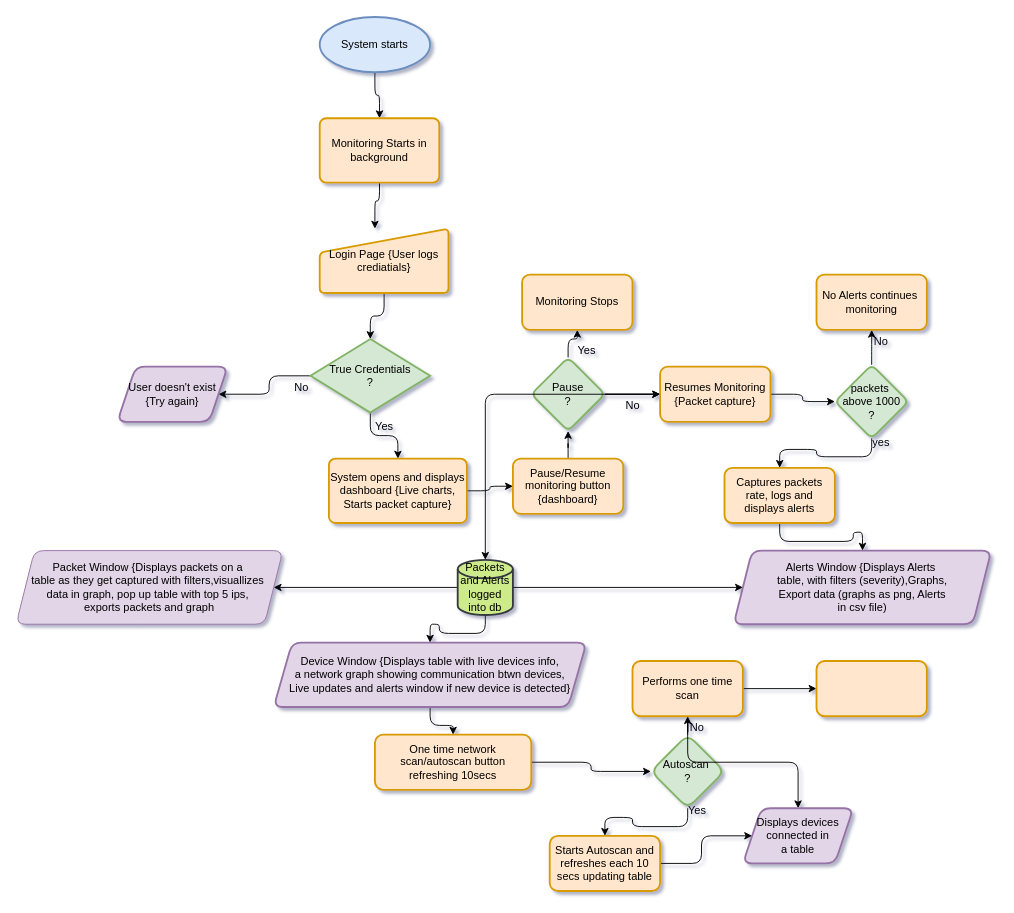
The draw.io diagram docs/Untitled Diagram.drawio in Bigst3pp3r/Simple-Network-Monitoring-System-main, before the edit. Source tidied: cells renumbered, new cells numbered last; positions are measured from the earlier drawing's top-left corner, leaving out a move shared by most shapes. Both pictures are drawn from the tidied source at 92%, with x=0, y=0 at pixel (16, 17).
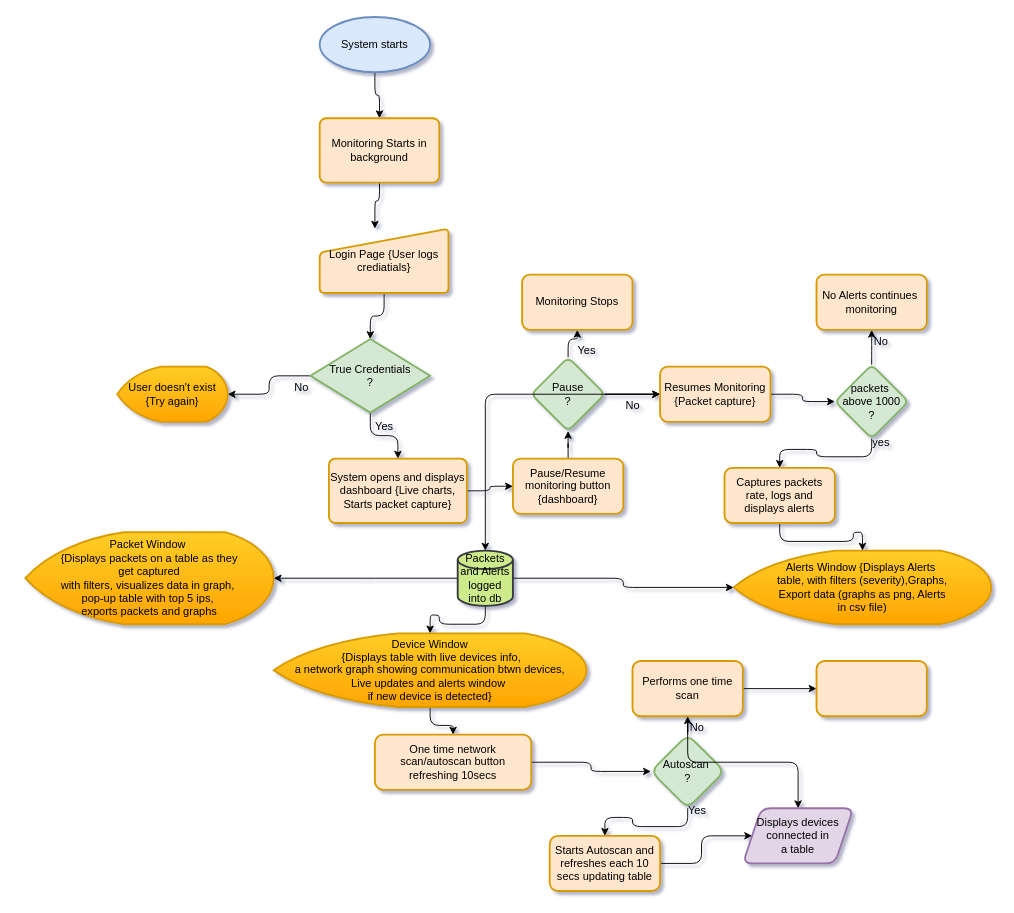
The same page after the edit.

The edit, as a diff of the source:
```diff
@@
-    <mxCell id="16" value="User doesn't exist&lt;div&gt;{Try again}&lt;/div&gt;" style="shape=parallelogram;perimeter=parallelogramPerimeter;whiteSpace=wrap;html=1;fixedSize=1;fillColor=#e1d5e7;strokeColor=#9673a6;strokeWidth=2;rounded=1;" parent="1" vertex="1">
+    <mxCell id="16" value="User doesn't exist&lt;div&gt;{Try again}&lt;/div&gt;" style="shape=mxgraph.flowchart.display;whiteSpace=wrap;html=1;fixedSize=1;fillColor=#ffcd28;strokeColor=#d79b00;strokeWidth=2;rounded=1;gradientColor=#ffa500;" parent="1" vertex="1">
       <mxGeometry x="110" y="380" width="120" height="60" as="geometry" />
     </mxCell>
@@
-    <mxCell id="28" style="edgeStyle=orthogonalEdgeStyle;rounded=1;jettySize=auto;html=1;" parent="1" edge="1" source="31" target="32">
-      <mxGeometry relative="1" as="geometry" />
+    <mxCell id="28" style="edgeStyle=orthogonalEdgeStyle;rounded=1;jettySize=auto;html=1;" parent="1" edge="1" source="31">
+      <mxGeometry relative="1" as="geometry">
+        <mxPoint x="280" y="610" as="targetPoint" />
+      </mxGeometry>
     </mxCell>
@@
     <mxCell id="31" value="Packets and Alerts logged into db" style="strokeWidth=2;html=1;shape=mxgraph.flowchart.database;whiteSpace=wrap;fillColor=#cdeb8b;strokeColor=#36393d;rounded=1;" parent="1" vertex="1">
-      <mxGeometry x="480" y="590" width="60" height="60" as="geometry" />
+      <mxGeometry x="480" y="580" width="60" height="60" as="geometry" />
     </mxCell>
-    <mxCell id="32" value="Packet Window {Displays packets on a&amp;nbsp;&lt;div&gt;table as they get captured with filters,visuallizes&amp;nbsp;&lt;/div&gt;&lt;div&gt;data in graph, pop up table with top 5 ips,&amp;nbsp;&lt;/div&gt;&lt;div&gt;exports packets and graph&lt;/div&gt;" style="shape=parallelogram;perimeter=parallelogramPerimeter;whiteSpace=wrap;html=1;fixedSize=1;fillColor=#e1d5e7;strokeColor=#9673a6;rounded=1;" parent="1" vertex="1">
-      <mxGeometry y="580" width="290" height="80" as="geometry" />
-    </mxCell>
-    <mxCell id="33" value="Alerts Window&amp;nbsp;&lt;span style=&quot;background-color: transparent; color: light-dark(rgb(0, 0, 0), rgb(255, 255, 255));&quot;&gt;{Displays Alerts&amp;nbsp;&lt;/span&gt;&lt;div&gt;table, with filters (severity),Graphs,&lt;/div&gt;&lt;div&gt;Export data (graphs as png, Alerts&lt;/div&gt;&lt;div&gt;in csv file)&lt;/div&gt;" style="shape=parallelogram;perimeter=parallelogramPerimeter;whiteSpace=wrap;html=1;fixedSize=1;fillColor=#e1d5e7;strokeColor=#9673a6;strokeWidth=2;rounded=1;" parent="1" vertex="1">
+    <mxCell id="33" value="Alerts Window&amp;nbsp;&lt;span style=&quot;background-color: transparent; color: light-dark(rgb(0, 0, 0), rgb(255, 255, 255));&quot;&gt;{Displays Alerts&amp;nbsp;&lt;/span&gt;&lt;div&gt;table, with filters (severity),Graphs,&lt;/div&gt;&lt;div&gt;Export data (graphs as png, Alerts&lt;/div&gt;&lt;div&gt;in csv file)&lt;/div&gt;" style="shape=mxgraph.flowchart.display;whiteSpace=wrap;html=1;fixedSize=1;fillColor=#ffcd28;strokeColor=#d79b00;strokeWidth=2;rounded=1;gradientColor=#ffa500;" parent="1" vertex="1">
       <mxGeometry x="780" y="580" width="280" height="80" as="geometry" />
     </mxCell>
@@
-    <mxCell id="41" value="Device Window {Displays table with live devices info,&lt;div&gt;a network graph showing communication btwn devices,&lt;/div&gt;&lt;div&gt;Live updates and alerts window if new device is detected}&lt;/div&gt;" style="shape=parallelogram;perimeter=parallelogramPerimeter;whiteSpace=wrap;html=1;fixedSize=1;fillColor=#e1d5e7;strokeColor=#9673a6;strokeWidth=2;rounded=1;" parent="1" vertex="1">
-      <mxGeometry x="280" y="680" width="340" height="70" as="geometry" />
+    <mxCell id="41" value="Device Window&lt;div&gt;&amp;nbsp;{Displays table with live devices info,&lt;div&gt;a network graph showing communication btwn devices,&lt;/div&gt;&lt;div&gt;Live updates and alerts window&amp;nbsp;&lt;/div&gt;&lt;div&gt;if new device is detected}&lt;/div&gt;&lt;/div&gt;" style="shape=mxgraph.flowchart.display;whiteSpace=wrap;html=1;fixedSize=1;fillColor=#ffcd28;strokeColor=#d79b00;strokeWidth=2;rounded=1;gradientColor=#ffa500;" parent="1" vertex="1">
+      <mxGeometry x="280" y="670" width="340" height="80" as="geometry" />
     </mxCell>
@@
+    <mxCell id="58" value="Packet Window&amp;nbsp;&lt;div&gt;{Displays packets on a table as they&lt;/div&gt;&lt;div&gt;&amp;nbsp;get captured&amp;nbsp;&lt;/div&gt;&lt;div&gt;with filters, visualizes data in graph,&amp;nbsp;&lt;/div&gt;&lt;div&gt;pop-up table with top 5 ips,&amp;nbsp;&lt;/div&gt;&lt;div&gt;exports packets and graphs&lt;/div&gt;" style="strokeWidth=2;html=1;shape=mxgraph.flowchart.display;whiteSpace=wrap;rounded=1;fillColor=#ffcd28;strokeColor=#d79b00;gradientColor=#ffa500;" parent="1" vertex="1">
+      <mxGeometry x="10" y="560" width="270" height="100" as="geometry" />
+    </mxCell>
```
